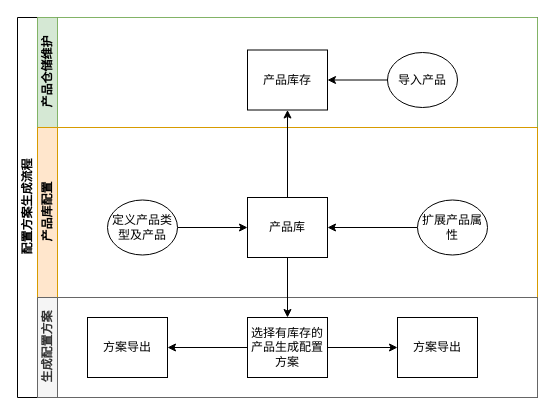
This is 产品库联动报价方案.drawio from sjxbg/xmindfile, a draw.io file, before an edit. Source tidied: cells renumbered, new cells numbered last; positions are measured from the earlier drawing's top-left corner, leaving out a move shared by most shapes. Both pictures are drawn from the tidied source at 100%, with x=0, y=0 at pixel (17, 17).
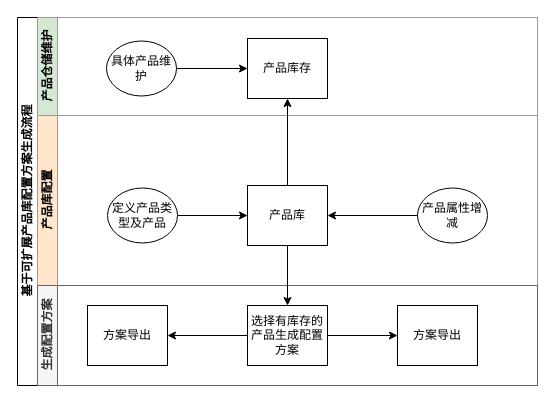
Above is the later version.

Commit message (it also covers changes not shown here):
更新产品库联动报价方案.drawio

Unchanged cells that the change refers to:
```xml
<mxCell id="8" value="产品库" style="rounded=0;whiteSpace=wrap;html=1;fontFamily=Helvetica;fontSize=12;fontColor=#000000;align=center;" parent="7" vertex="1">
  <mxGeometry x="210" y="70" width="80" height="60" as="geometry" />
</mxCell>
<mxCell id="16" value="选择有库存的产品生成配置方案" style="rounded=0;whiteSpace=wrap;html=1;fontFamily=Helvetica;fontSize=12;fontColor=#000000;align=center;" parent="13" vertex="1">
  <mxGeometry x="210" y="20" width="80" height="60" as="geometry" />
</mxCell>
<mxCell id="17" value="方案导出" style="rounded=0;whiteSpace=wrap;html=1;fontFamily=Helvetica;fontSize=12;fontColor=#000000;align=center;" parent="13" vertex="1">
  <mxGeometry x="50" y="20" width="80" height="60" as="geometry" />
</mxCell>
<mxCell id="18" value="方案导出" style="rounded=0;whiteSpace=wrap;html=1;fontFamily=Helvetica;fontSize=12;fontColor=#000000;align=center;" parent="13" vertex="1">
  <mxGeometry x="360" y="20" width="80" height="60" as="geometry" />
</mxCell>
```

Diff of the diagram source:
```diff
@@
-    <mxCell id="2" value="配置方案生成流程" style="swimlane;html=1;horizontal=0;startSize=20;" parent="1" vertex="1">
-      <mxGeometry width="520" height="380" as="geometry" />
+    <mxCell id="2" value="基于可扩展产品库配置方案生成流程" style="swimlane;html=1;horizontal=0;startSize=20;fontFamily=Helvetica;" parent="1" vertex="1">
+      <mxGeometry width="520" height="368" as="geometry" />
     </mxCell>
-    <mxCell id="3" value="产品仓储维护" style="swimlane;html=1;startSize=20;horizontal=0;fillColor=#d5e8d4;strokeColor=#82b366;" parent="2" vertex="1">
-      <mxGeometry x="20" width="500" height="110" as="geometry" />
+    <mxCell id="3" value="产品仓储维护" style="swimlane;html=1;startSize=20;horizontal=0;fillColor=#d5e8d4;strokeColor=#82b366;fontFamily=Helvetica;" parent="2" vertex="1">
+      <mxGeometry x="20" width="500" height="98" as="geometry" />
     </mxCell>
-    <mxCell id="4" value="导入产品" style="ellipse;whiteSpace=wrap;html=1;" parent="3" vertex="1">
-      <mxGeometry x="350" y="35" width="70" height="55" as="geometry" />
+    <mxCell id="4" value="具体产品维护" style="ellipse;whiteSpace=wrap;html=1;fontFamily=Helvetica;" parent="3" vertex="1">
+      <mxGeometry x="69" y="23.5" width="70" height="55" as="geometry" />
     </mxCell>
     <mxCell id="5" value="产品库存" style="rounded=0;whiteSpace=wrap;html=1;fontFamily=Helvetica;fontSize=12;fontColor=#000000;align=center;" parent="3" vertex="1">
-      <mxGeometry x="210" y="32.5" width="80" height="60" as="geometry" />
+      <mxGeometry x="210" y="21" width="80" height="60" as="geometry" />
     </mxCell>
-    <mxCell id="6" style="edgeStyle=orthogonalEdgeStyle;rounded=0;jettySize=auto;html=1;" parent="3" edge="1" source="4" target="5">
+    <mxCell id="6" style="edgeStyle=orthogonalEdgeStyle;rounded=0;jettySize=auto;html=1;fontFamily=Helvetica;" parent="3" edge="1" source="4" target="5">
       <mxGeometry relative="1" as="geometry" />
     </mxCell>
-    <mxCell id="7" value="产品库配置" style="swimlane;html=1;startSize=20;horizontal=0;fillColor=#ffe6cc;strokeColor=#d79b00;" parent="2" vertex="1">
-      <mxGeometry x="20" y="110" width="500" height="170" as="geometry" />
+    <mxCell id="7" value="产品库配置" style="swimlane;html=1;startSize=20;horizontal=0;fillColor=#ffe6cc;strokeColor=#d79b00;fontFamily=Helvetica;" parent="2" vertex="1">
+      <mxGeometry x="20" y="98" width="500" height="170" as="geometry" />
     </mxCell>
@@
-    <mxCell id="9" style="edgeStyle=orthogonalEdgeStyle;rounded=0;jettySize=auto;html=1;" parent="7" edge="1" source="10" target="8">
+    <mxCell id="9" style="edgeStyle=orthogonalEdgeStyle;rounded=0;jettySize=auto;html=1;fontFamily=Helvetica;" parent="7" edge="1" source="10" target="8">
       <mxGeometry relative="1" as="geometry" />
     </mxCell>
-    <mxCell id="10" value="定义产品类型及产品" style="ellipse;whiteSpace=wrap;html=1;" parent="7" vertex="1">
+    <mxCell id="10" value="定义产品类型及产品" style="ellipse;whiteSpace=wrap;html=1;fontFamily=Helvetica;" parent="7" vertex="1">
       <mxGeometry x="70" y="72.5" width="70" height="55" as="geometry" />
     </mxCell>
-    <mxCell id="11" style="edgeStyle=orthogonalEdgeStyle;rounded=0;jettySize=auto;html=1;" parent="7" edge="1" source="12" target="8">
+    <mxCell id="11" style="edgeStyle=orthogonalEdgeStyle;rounded=0;jettySize=auto;html=1;fontFamily=Helvetica;" parent="7" edge="1" source="12" target="8">
       <mxGeometry relative="1" as="geometry" />
     </mxCell>
-    <mxCell id="12" value="扩展产品属性" style="ellipse;whiteSpace=wrap;html=1;" parent="7" vertex="1">
+    <mxCell id="12" value="产品属性增减" style="ellipse;whiteSpace=wrap;html=1;fontFamily=Helvetica;" parent="7" vertex="1">
       <mxGeometry x="380" y="72.5" width="70" height="55" as="geometry" />
     </mxCell>
-    <mxCell id="13" value="生成配置方案" style="swimlane;html=1;startSize=20;horizontal=0;fillColor=#f5f5f5;fontColor=#333333;strokeColor=#666666;" parent="2" vertex="1">
-      <mxGeometry x="20" y="280" width="500" height="100" as="geometry" />
+    <mxCell id="13" value="生成配置方案" style="swimlane;html=1;startSize=20;horizontal=0;fillColor=#f5f5f5;fontColor=#333333;strokeColor=#666666;fontFamily=Helvetica;" parent="2" vertex="1">
+      <mxGeometry x="20" y="268" width="500" height="100" as="geometry" />
     </mxCell>
-    <mxCell id="14" style="edgeStyle=orthogonalEdgeStyle;rounded=0;jettySize=auto;html=1;" parent="13" edge="1" source="16" target="17">
+    <mxCell id="14" style="edgeStyle=orthogonalEdgeStyle;rounded=0;jettySize=auto;html=1;fontFamily=Helvetica;" parent="13" edge="1" source="16" target="17">
       <mxGeometry relative="1" as="geometry" />
     </mxCell>
-    <mxCell id="15" style="edgeStyle=orthogonalEdgeStyle;rounded=0;jettySize=auto;html=1;" parent="13" edge="1" source="16" target="18">
+    <mxCell id="15" style="edgeStyle=orthogonalEdgeStyle;rounded=0;jettySize=auto;html=1;fontFamily=Helvetica;" parent="13" edge="1" source="16" target="18">
       <mxGeometry relative="1" as="geometry" />
     </mxCell>
@@
-    <mxCell id="19" style="edgeStyle=orthogonalEdgeStyle;rounded=0;jettySize=auto;html=1;" parent="2" edge="1" source="8" target="5">
+    <mxCell id="19" style="edgeStyle=orthogonalEdgeStyle;rounded=0;jettySize=auto;html=1;fontFamily=Helvetica;" parent="2" edge="1" source="8" target="5">
       <mxGeometry relative="1" as="geometry" />
     </mxCell>
-    <mxCell id="20" style="edgeStyle=orthogonalEdgeStyle;rounded=0;jettySize=auto;html=1;" parent="2" edge="1" source="8" target="16">
+    <mxCell id="20" style="edgeStyle=orthogonalEdgeStyle;rounded=0;jettySize=auto;html=1;fontFamily=Helvetica;" parent="2" edge="1" source="8" target="16">
       <mxGeometry relative="1" as="geometry" />
     </mxCell>
```
